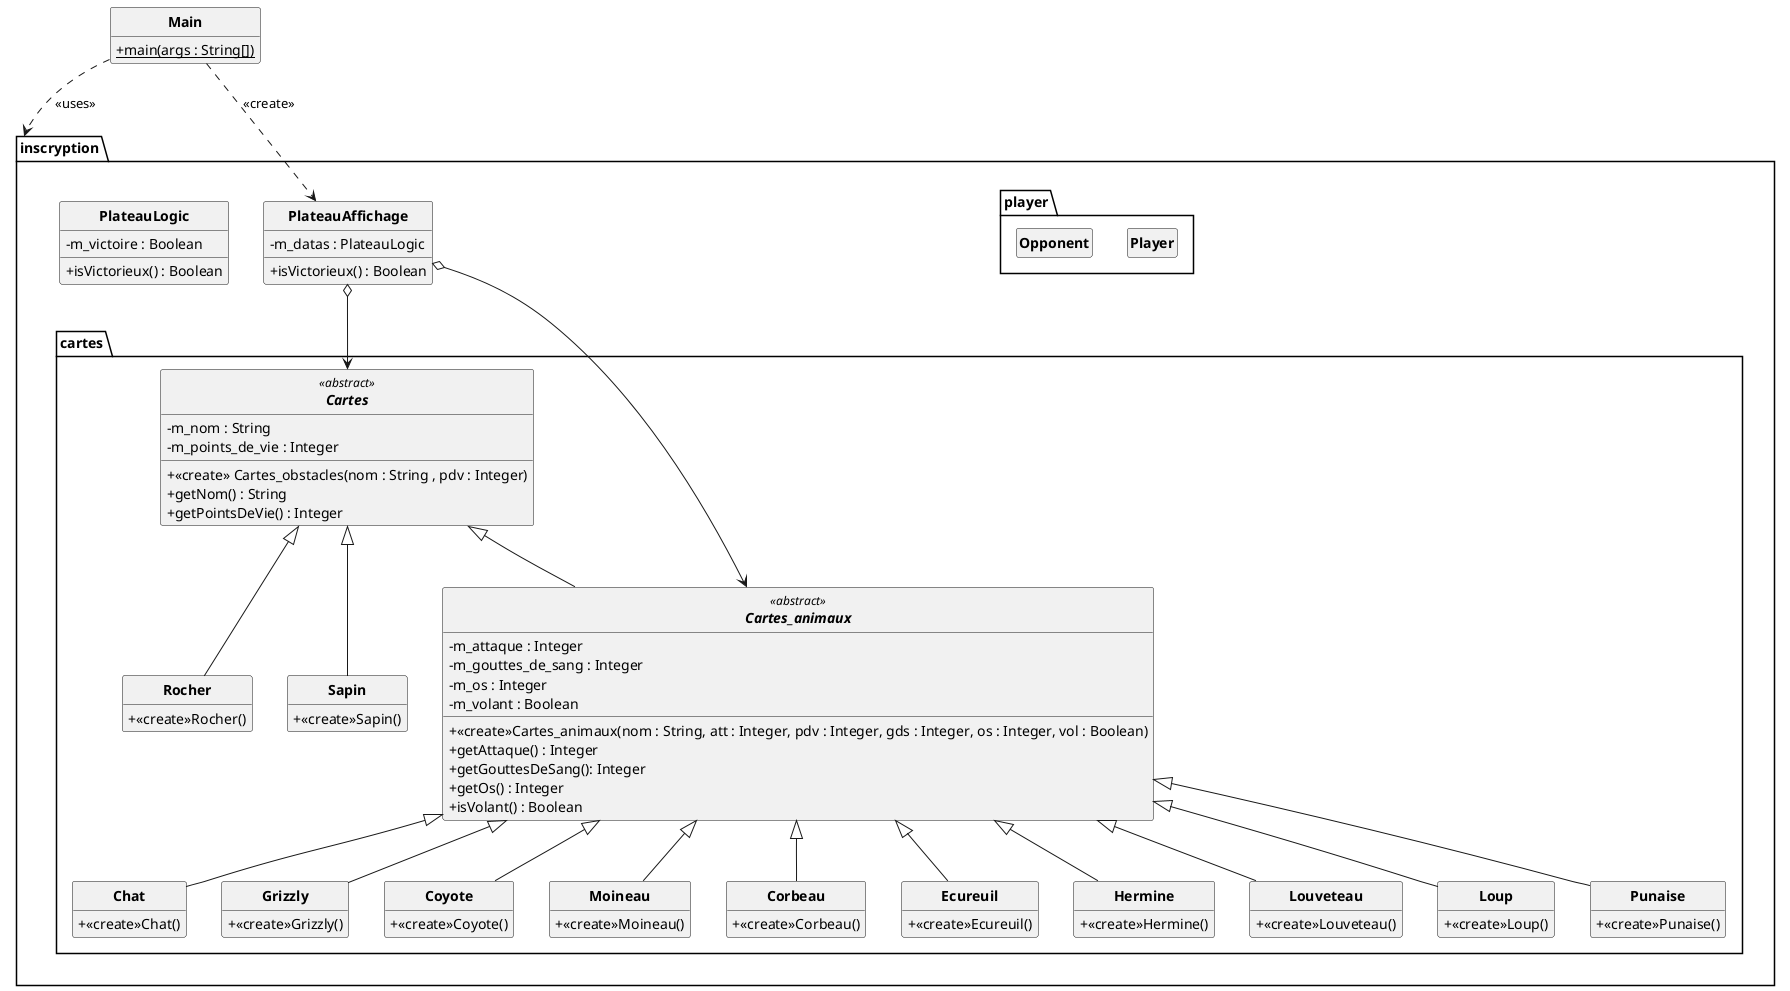
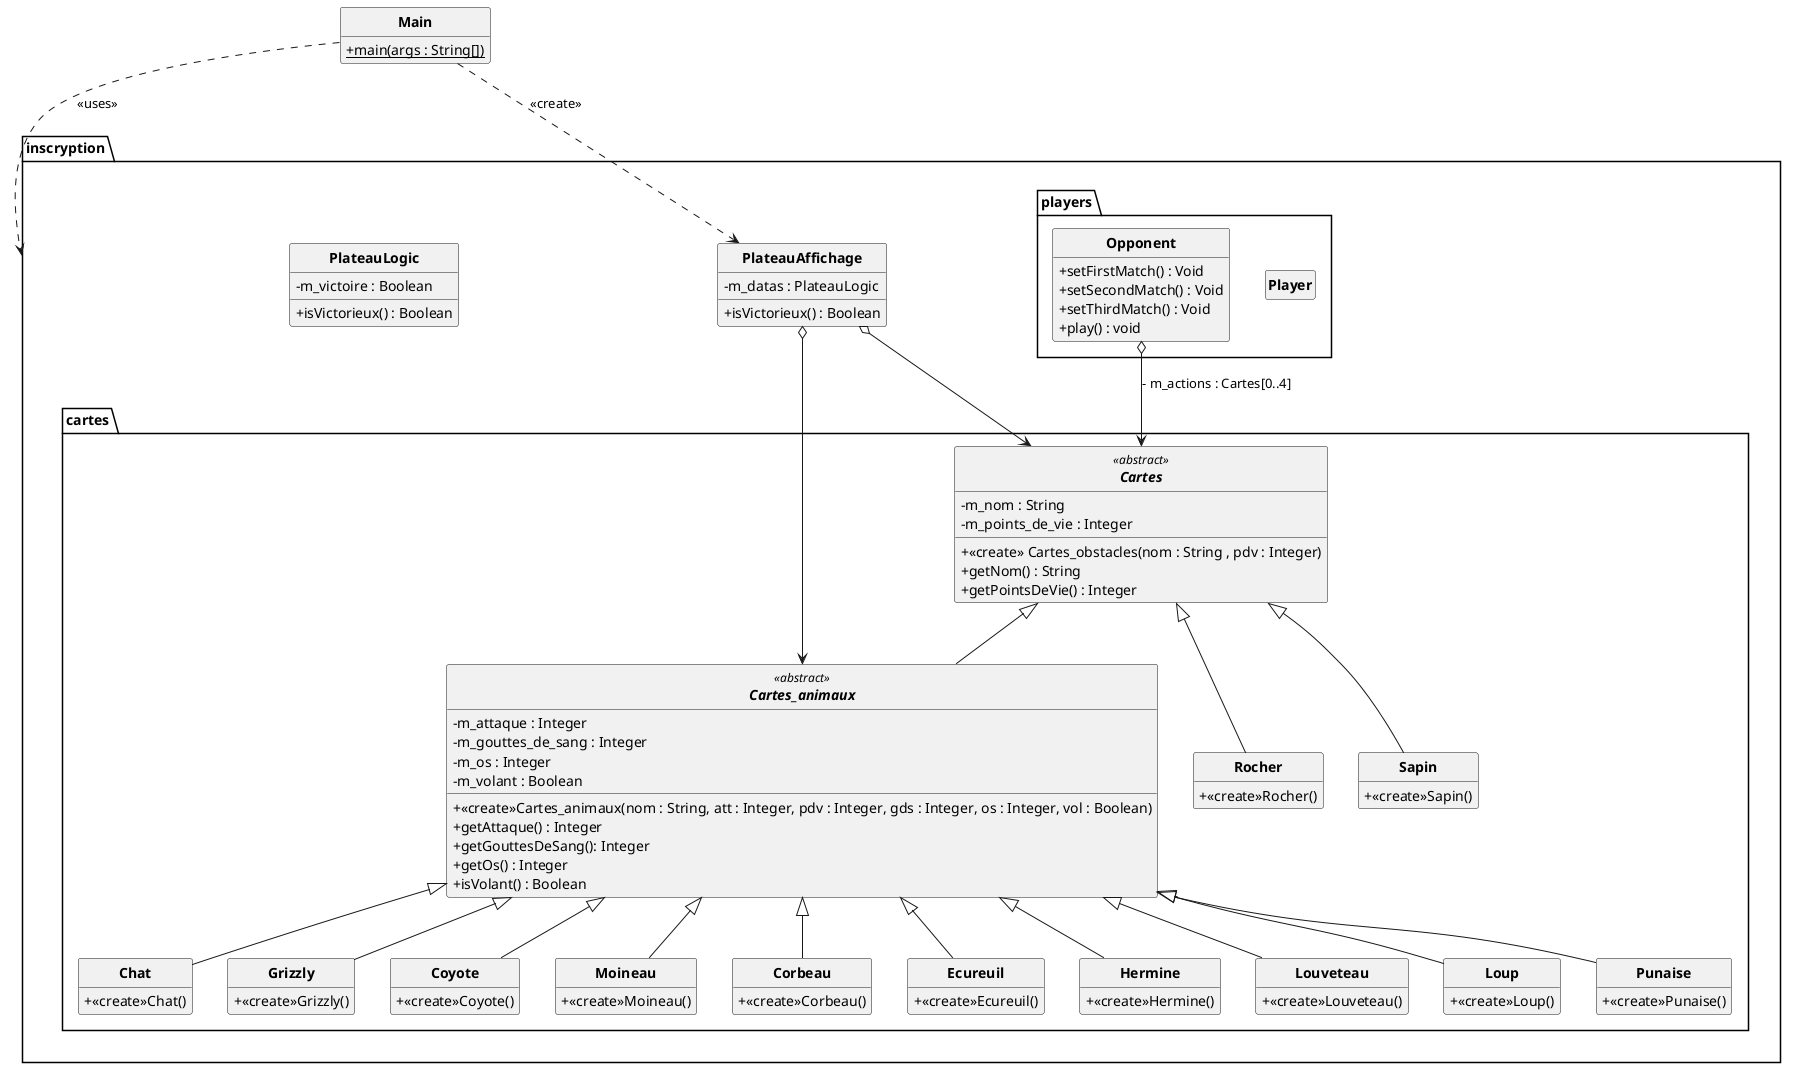
@startuml
'https://plantuml.com/class-diagram

skinparam classAttributeIconSize 0
skinparam classFontStyle Bold
skinparam style strictuml
hide empty members

class Main {
    +{static}main(args : String[])
}

package inscryption
{
    class PlateauAffichage {
            - m_datas : PlateauLogic
            +isVictorieux() : Boolean

        }

        class PlateauLogic {
                -m_victoire : Boolean
                +isVictorieux() : Boolean

        }

-         package player {
+         package players {

        class Player {
        }

        class Opponent {
+ 
+         + setFirstMatch() : Void
+         + setSecondMatch() : Void
+         + setThirdMatch() : Void
+         + play() : void
+ 
        }

        }
+ 
+         Opponent o--> cartes.Cartes : - m_actions : Cartes[0..4]

    package cartes {

        abstract class Cartes <<abstract>>{
            -m_nom : String
            -m_points_de_vie : Integer
            +<<create>> Cartes_obstacles(nom : String , pdv : Integer)
            +getNom() : String
            +getPointsDeVie() : Integer

        }

        abstract class Cartes_animaux<<abstract>> extends Cartes{
        -m_attaque : Integer
        -m_gouttes_de_sang : Integer
        -m_os : Integer
        -m_volant : Boolean
        +<<create>>Cartes_animaux(nom : String, att : Integer, pdv : Integer, gds : Integer, os : Integer, vol : Boolean)
        +getAttaque() : Integer
        +getGouttesDeSang(): Integer
        +getOs() : Integer
        +isVolant() : Boolean
        }
        class Chat extends Cartes_animaux{
            +<<create>>Chat()
        }
        class Grizzly extends Cartes_animaux{
            +<<create>>Grizzly()
        }
        class Coyote extends Cartes_animaux{
            +<<create>>Coyote()
        }
        class Moineau extends Cartes_animaux{
            +<<create>>Moineau()
        }
        class Corbeau extends Cartes_animaux{
            +<<create>>Corbeau()
        }
        class Ecureuil extends Cartes_animaux{
            +<<create>>Ecureuil()
        }
        class Hermine extends Cartes_animaux{
            +<<create>>Hermine()
        }
        class Louveteau extends Cartes_animaux{
            +<<create>>Louveteau()
        }
        class Loup extends Cartes_animaux{
            +<<create>>Loup()
        }
        class Punaise extends Cartes_animaux{
            +<<create>>Punaise()
        }
        class Rocher extends Cartes{
            +<<create>>Rocher()
        }
        class Sapin extends Cartes{
            +<<create>>Sapin()
        }
    }
}


PlateauAffichage o--> Cartes_animaux
PlateauAffichage o--> Cartes
Main .-> PlateauAffichage : <<create>>
Main .-> inscryption : <<uses>>
@enduml